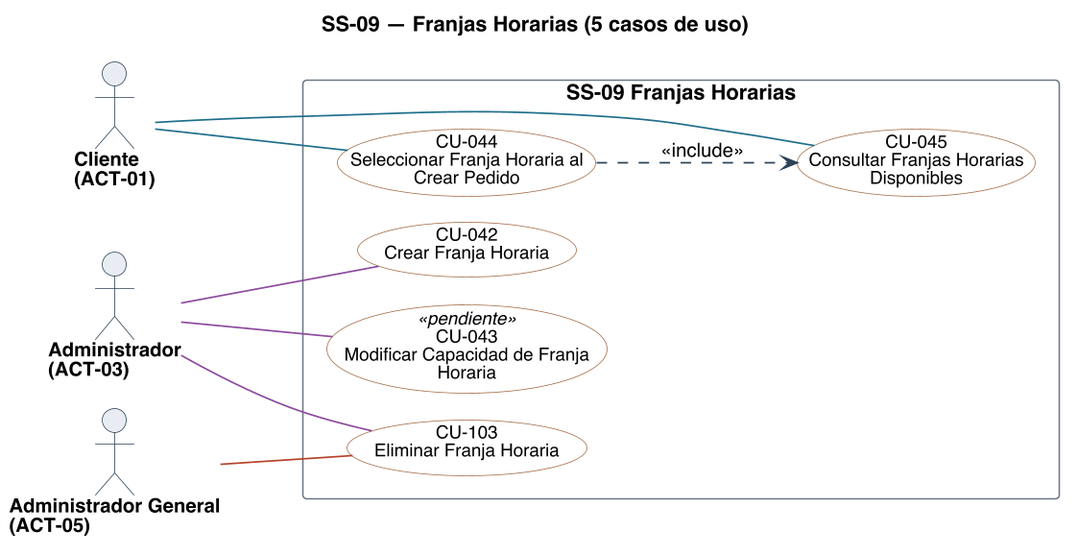
The PlantUML diagram diagramas/uml/CU_SS-09_Franjas-Horarias.png in Nahuelito-Dev/splg-docs, before a commit.
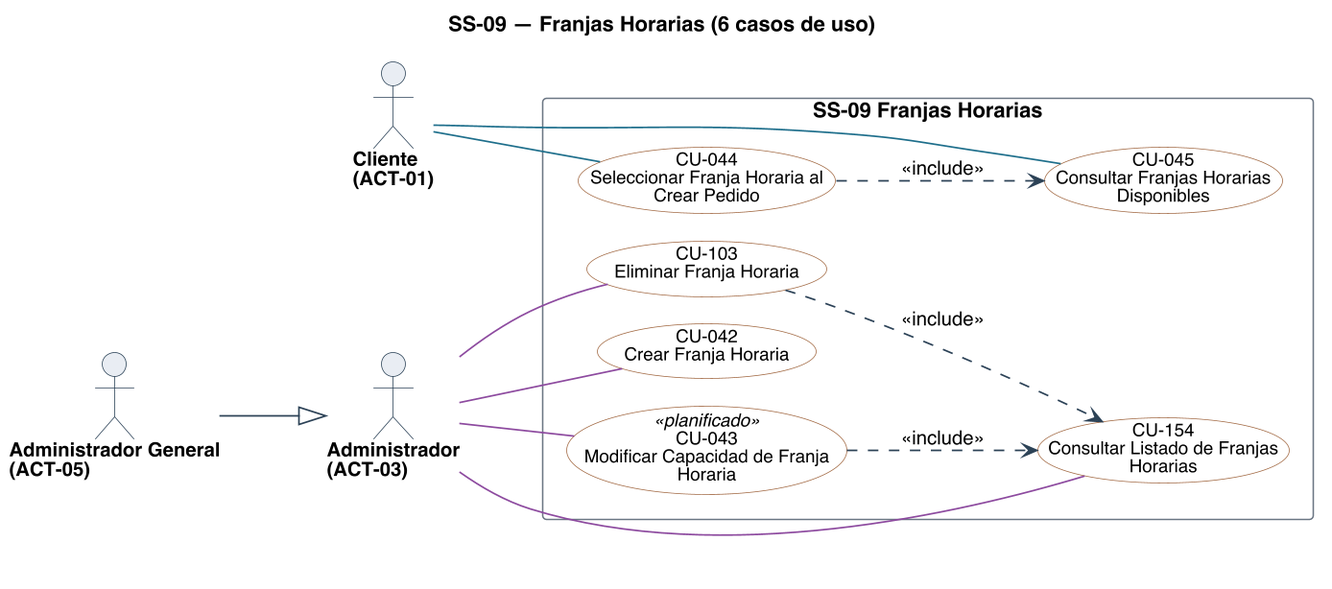
The same file after the commit.

The edit, as a diff of the source:
```diff
@@ -1,5 +1,5 @@
 @startuml
-title SS-09 — Franjas Horarias (5 casos de uso)
+title SS-09 — Franjas Horarias (6 casos de uso)
 left to right direction
 skinparam backgroundColor #FFFFFF
 skinparam shadowing false
@@ -28,8 +28,8 @@
 skinparam nodesep 18
 skinparam ranksep 70
 skinparam usecase {
-  BorderColor<<pendiente>> #9C4436
-  BackgroundColor<<pendiente>> #F6E4E1
+  BorderColor<<planificado>> #9C4436
+  BackgroundColor<<planificado>> #F6E4E1
   BorderColor<<factorizado>> #6B7683
   BackgroundColor<<factorizado>> #F2F4F6
 }
@@ -40,10 +40,11 @@
 
 rectangle "SS-09 Franjas Horarias" {
   usecase "CU-042\nCrear Franja Horaria" as U042 #back:FFFFFF;line:A26A45
-  usecase "CU-043\nModificar Capacidad de Franja\nHoraria" as U043 <<pendiente>> #back:FFFFFF;line:A26A45
+  usecase "CU-043\nModificar Capacidad de Franja\nHoraria" as U043 <<planificado>> #back:FFFFFF;line:A26A45
   usecase "CU-044\nSeleccionar Franja Horaria al\nCrear Pedido" as U044 #back:FFFFFF;line:A26A45
   usecase "CU-045\nConsultar Franjas Horarias\nDisponibles" as U045 #back:FFFFFF;line:A26A45
   usecase "CU-103\nEliminar Franja Horaria" as U103 #back:FFFFFF;line:A26A45
+  usecase "CU-154\nConsultar Listado de Franjas\nHorarias" as U154 #back:FFFFFF;line:A26A45
 }
 
 A01 -[#1F6F8B]- U044
@@ -51,8 +52,11 @@
 A03 -[#8C4A9E]- U042
 A03 -[#8C4A9E]- U043
 A03 -[#8C4A9E]- U103
-A05 -[#B4432B]- U103
+A03 -[#8C4A9E]- U154
+A05 --|> A03
 
 U044 ..> U045 : <<include>>
+U043 ..> U154 : <<include>>
+U103 ..> U154 : <<include>>
 
 @enduml
```
